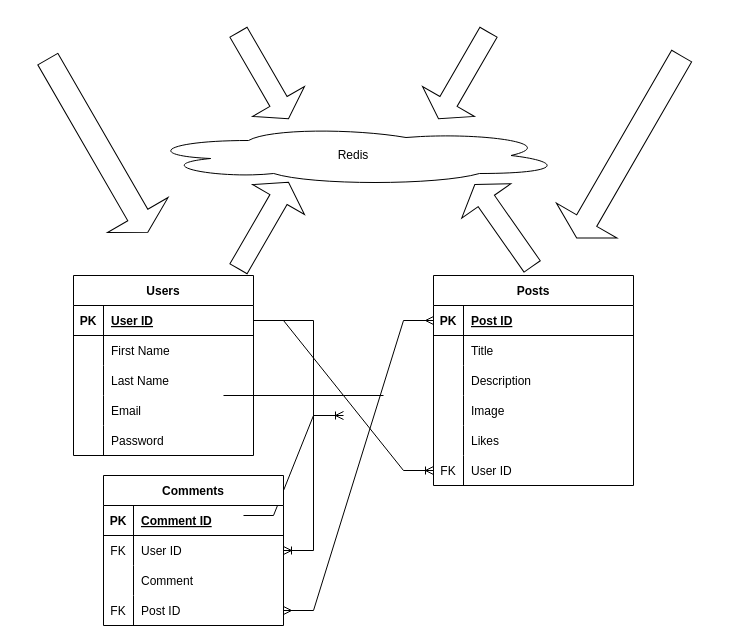
This is Blogging Application.drawio from yanley/testsite, a draw.io file, before an edit. Source tidied: cells renumbered, new cells numbered last; positions are measured from the earlier drawing's top-left corner, leaving out a move shared by most shapes. Both pictures are drawn from the tidied source at 100%, with x=0, y=0 at pixel (-3, 45).
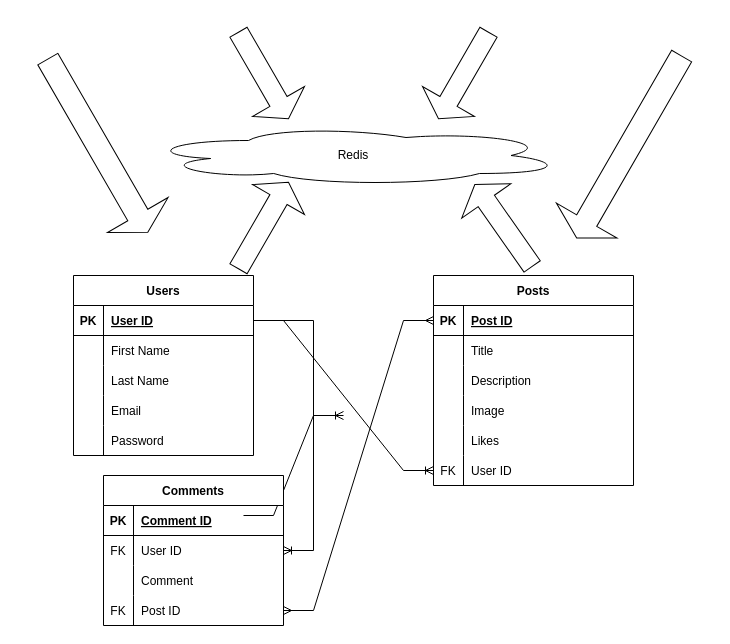
Above is the later version.

What changed in the source:
```diff
@@
-    <mxCell id="55" style="endArrow=none;html=1;rounded=0;" parent="1" edge="1">
-      <mxGeometry relative="1" as="geometry">
-        <mxPoint x="226" y="350" as="sourcePoint" />
-        <mxPoint x="386" y="350" as="targetPoint" />
-      </mxGeometry>
-    </mxCell>
```
